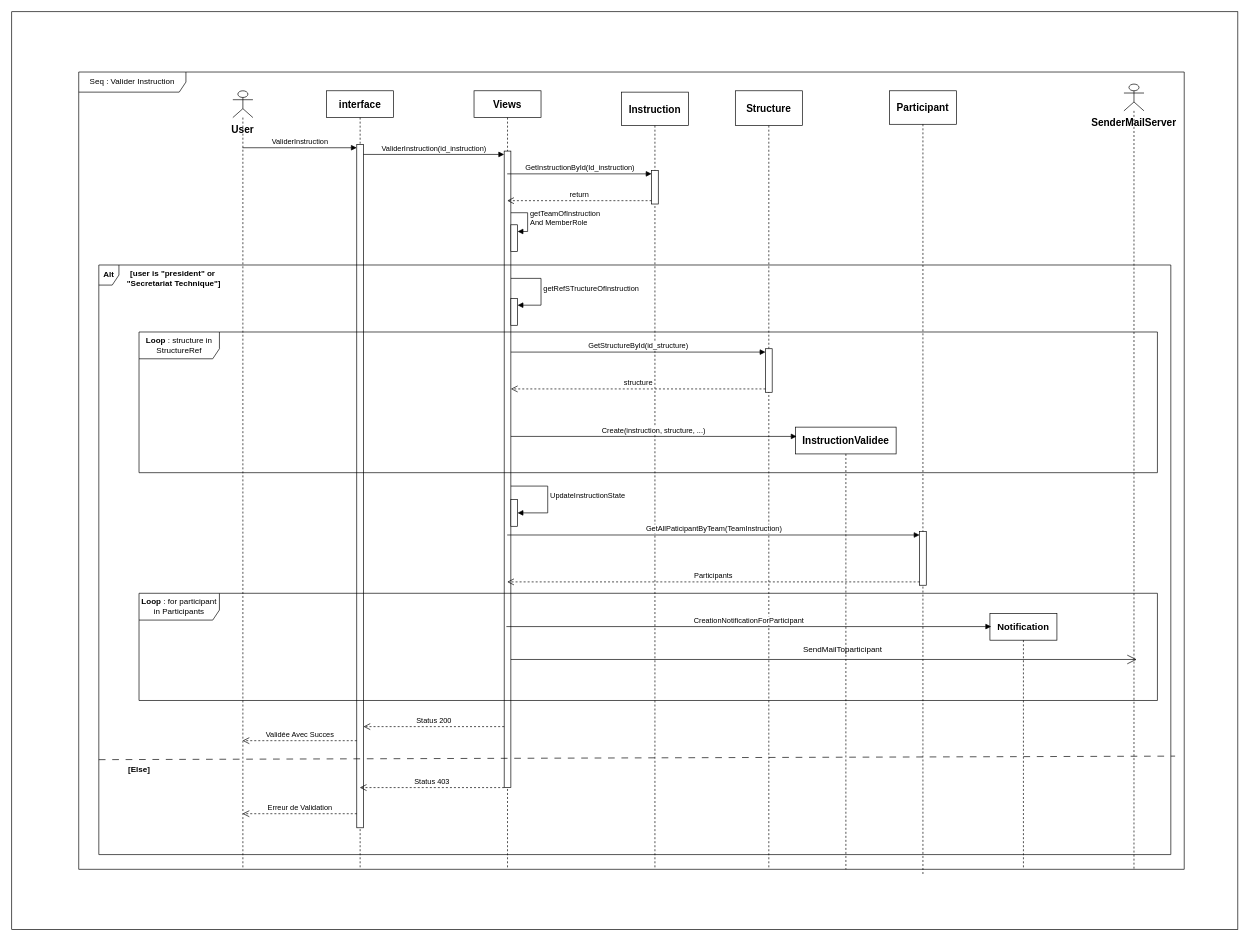
Earlier version of the draw.io diagram valider_instruction.drawio (CabrelFeukeng/pp). Source tidied: cells renumbered, new cells numbered last; positions are measured from the earlier drawing's top-left corner, leaving out a move shared by most shapes. Both pictures are drawn from the tidied source at 67%, with x=0, y=0 at pixel (11, 11).
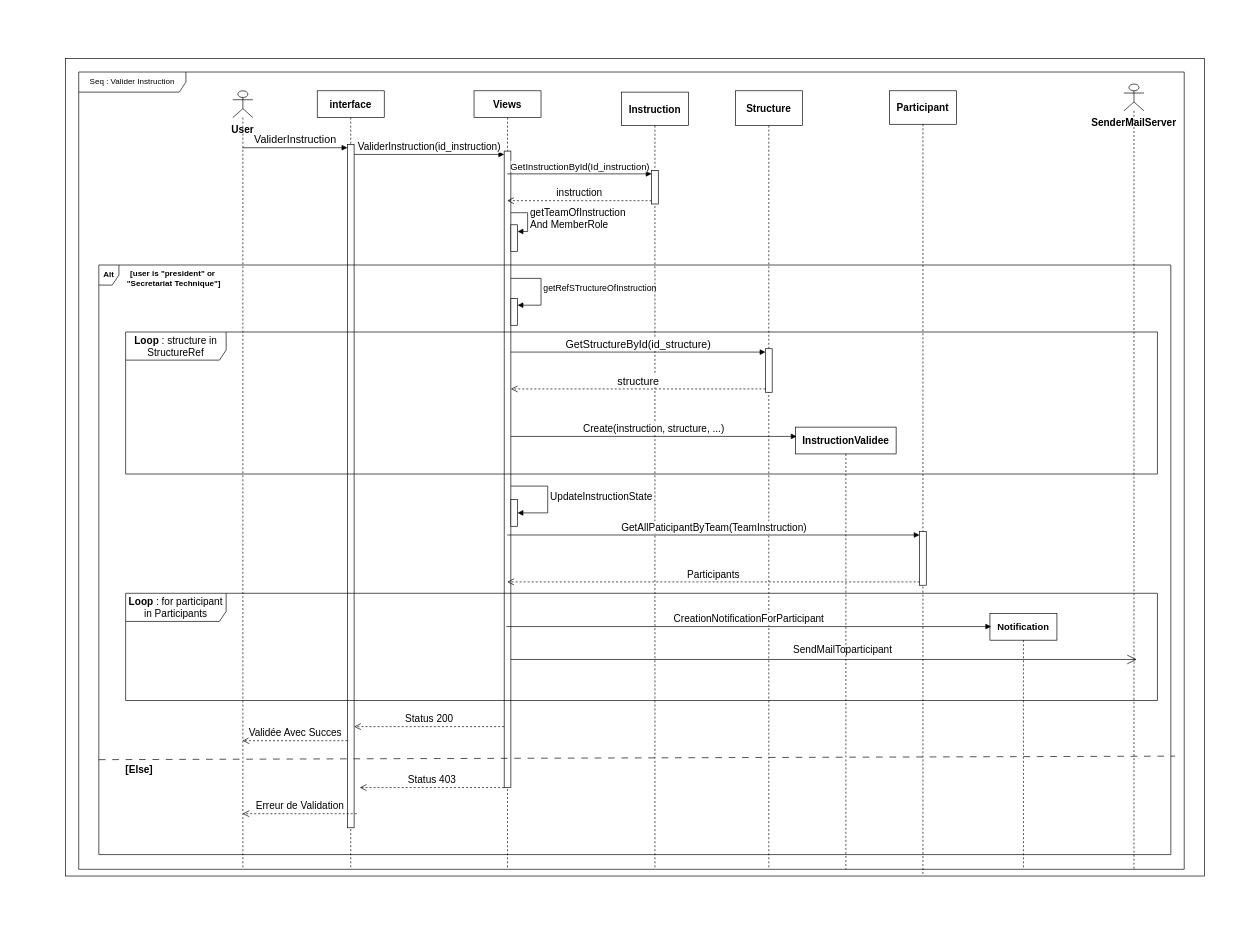
The same diagram, later.

Commit message:
Mettre à jour valider_instruction.drawio

The change refers to these unchanged cells:
```xml
<mxCell id="3" style="shape=umlLifeline;perimeter=lifelinePerimeter;whiteSpace=wrap;html=1;outlineConnect=0;portConstraint=eastwest;newEdgeStyle={&quot;curved&quot;:0,&quot;rounded&quot;:0};participant=umlActor;" parent="1" vertex="1">
  <mxGeometry x="330" y="118" width="30" height="1162" as="geometry" />
</mxCell>
<mxCell id="5" style="html=1;points=[[0,0,0,0,5],[0,1,0,0,-5],[1,0,0,0,5],[1,1,0,0,-5]];perimeter=orthogonalPerimeter;outlineConnect=0;targetShapes=umlLifeline;portConstraint=eastwest;newEdgeStyle={&quot;curved&quot;:0,&quot;rounded&quot;:0};" parent="4" vertex="1">
  <mxGeometry x="45" y="80" width="10" height="1020" as="geometry" />
</mxCell>
<mxCell id="6" value="&lt;b&gt;&lt;font style=&quot;font-size: 15px;&quot;&gt;Views&lt;/font&gt;&lt;/b&gt;" style="shape=umlLifeline;perimeter=lifelinePerimeter;whiteSpace=wrap;html=1;outlineConnect=0;portConstraint=eastwest;newEdgeStyle={&quot;curved&quot;:0,&quot;rounded&quot;:0};" parent="1" vertex="1">
  <mxGeometry x="690" y="118" width="100" height="1162" as="geometry" />
</mxCell>
<mxCell id="7" style="html=1;points=[[0,0,0,0,5],[0,1,0,0,-5],[1,0,0,0,5],[1,1,0,0,-5]];perimeter=orthogonalPerimeter;outlineConnect=0;targetShapes=umlLifeline;portConstraint=eastwest;newEdgeStyle={&quot;curved&quot;:0,&quot;rounded&quot;:0};" parent="6" vertex="1">
  <mxGeometry x="45" y="90" width="10" height="950" as="geometry" />
</mxCell>
<mxCell id="8" style="html=1;points=[[0,0,0,0,5],[0,1,0,0,-5],[1,0,0,0,5],[1,1,0,0,-5]];perimeter=orthogonalPerimeter;outlineConnect=0;targetShapes=umlLifeline;portConstraint=eastwest;newEdgeStyle={&quot;curved&quot;:0,&quot;rounded&quot;:0};" parent="6" vertex="1">
  <mxGeometry x="55" y="200" width="10" height="40" as="geometry" />
</mxCell>
<mxCell id="10" style="html=1;points=[[0,0,0,0,5],[0,1,0,0,-5],[1,0,0,0,5],[1,1,0,0,-5]];perimeter=orthogonalPerimeter;outlineConnect=0;targetShapes=umlLifeline;portConstraint=eastwest;newEdgeStyle={&quot;curved&quot;:0,&quot;rounded&quot;:0};" parent="6" vertex="1">
  <mxGeometry x="55" y="310" width="10" height="40" as="geometry" />
</mxCell>
<mxCell id="12" style="html=1;points=[[0,0,0,0,5],[0,1,0,0,-5],[1,0,0,0,5],[1,1,0,0,-5]];perimeter=orthogonalPerimeter;outlineConnect=0;targetShapes=umlLifeline;portConstraint=eastwest;newEdgeStyle={&quot;curved&quot;:0,&quot;rounded&quot;:0};" parent="6" vertex="1">
  <mxGeometry x="55" y="610" width="10" height="40" as="geometry" />
</mxCell>
<mxCell id="15" style="html=1;points=[[0,0,0,0,5],[0,1,0,0,-5],[1,0,0,0,5],[1,1,0,0,-5]];perimeter=orthogonalPerimeter;outlineConnect=0;targetShapes=umlLifeline;portConstraint=eastwest;newEdgeStyle={&quot;curved&quot;:0,&quot;rounded&quot;:0};" parent="14" vertex="1">
  <mxGeometry x="45" y="117" width="10" height="50" as="geometry" />
</mxCell>
<mxCell id="25" style="html=1;points=[[0,0,0,0,5],[0,1,0,0,-5],[1,0,0,0,5],[1,1,0,0,-5]];perimeter=orthogonalPerimeter;outlineConnect=0;targetShapes=umlLifeline;portConstraint=eastwest;newEdgeStyle={&quot;curved&quot;:0,&quot;rounded&quot;:0};" parent="24" vertex="1">
  <mxGeometry x="45" y="385" width="10" height="65" as="geometry" />
</mxCell>
<mxCell id="28" value="&lt;b&gt;&lt;font style=&quot;font-size: 15px;&quot;&gt;InstructionValidee&lt;/font&gt;&lt;/b&gt;" style="shape=umlLifeline;perimeter=lifelinePerimeter;whiteSpace=wrap;html=1;outlineConnect=0;portConstraint=eastwest;newEdgeStyle={&quot;curved&quot;:0,&quot;rounded&quot;:0};" parent="1" vertex="1">
  <mxGeometry x="1170" y="620" width="150" height="660" as="geometry" />
</mxCell>
<mxCell id="31" style="html=1;points=[[0,0,0,0,5],[0,1,0,0,-5],[1,0,0,0,5],[1,1,0,0,-5]];perimeter=orthogonalPerimeter;outlineConnect=0;targetShapes=umlLifeline;portConstraint=eastwest;newEdgeStyle={&quot;curved&quot;:0,&quot;rounded&quot;:0};" parent="30" vertex="1">
  <mxGeometry x="45" y="658" width="10" height="80" as="geometry" />
</mxCell>
```

Diff of the diagram source:
```diff
@@
     <mxCell id="2" style="rounded=0;whiteSpace=wrap;html=1;" parent="1" vertex="1">
-      <mxGeometry width="1830" height="1370" as="geometry" />
+      <mxGeometry x="80" y="70" width="1700" height="1220" as="geometry" />
     </mxCell>
@@
     <mxCell id="4" value="&lt;b&gt;&lt;font style=&quot;font-size: 15px;&quot;&gt;interface&lt;/font&gt;&lt;/b&gt;" style="shape=umlLifeline;perimeter=lifelinePerimeter;whiteSpace=wrap;html=1;newEdgeStyle={&quot;curved&quot;:0,&quot;rounded&quot;:0};" parent="1" vertex="1">
-      <mxGeometry x="470" y="118" width="100" height="1162" as="geometry" />
+      <mxGeometry x="456" y="118" width="100" height="1162" as="geometry" />
     </mxCell>
@@
-    <mxCell id="9" value="getTeamOfInstruction&lt;div&gt;And MemberRole&lt;/div&gt;" style="html=1;align=left;spacingLeft=2;endArrow=block;rounded=0;edgeStyle=orthogonalEdgeStyle;curved=0;rounded=0;" parent="6" edge="1" source="7" target="8">
+    <mxCell id="9" value="&lt;font style=&quot;font-size: 15px;&quot;&gt;getTeamOfInstruction&lt;/font&gt;&lt;div style=&quot;font-size: 15px;&quot;&gt;&lt;font style=&quot;font-size: 15px;&quot;&gt;And MemberRole&lt;/font&gt;&lt;/div&gt;" style="html=1;align=left;spacingLeft=2;endArrow=block;rounded=0;edgeStyle=orthogonalEdgeStyle;curved=0;rounded=0;" parent="6" edge="1" source="7" target="8">
       <mxGeometry x="-0.03" relative="1" as="geometry">
         <Array as="points">
           <mxPoint x="80" y="182" />
           <mxPoint x="80" y="210" />
         </Array>
       </mxGeometry>
     </mxCell>
@@
-    <mxCell id="11" value="getRefSTructureOfInstruction" style="html=1;align=left;spacingLeft=2;endArrow=block;rounded=0;edgeStyle=orthogonalEdgeStyle;curved=0;rounded=0;" parent="6" edge="1" source="7" target="10">
+    <mxCell id="11" value="&lt;font style=&quot;font-size: 13px;&quot;&gt;getRefSTructureOfInstruction&lt;/font&gt;" style="html=1;align=left;spacingLeft=2;endArrow=block;rounded=0;edgeStyle=orthogonalEdgeStyle;curved=0;rounded=0;" parent="6" edge="1" source="7" target="10">
       <mxGeometry relative="1" as="geometry">
         <Array as="points">
           <mxPoint x="100" y="280" />
           <mxPoint x="100" y="320" />
         </Array>
       </mxGeometry>
     </mxCell>
@@
-    <mxCell id="13" value="UpdateInstructionState" style="html=1;align=left;spacingLeft=2;endArrow=block;rounded=0;edgeStyle=orthogonalEdgeStyle;curved=0;rounded=0;" parent="6" edge="1" source="7" target="12">
+    <mxCell id="13" value="&lt;font style=&quot;font-size: 15px;&quot;&gt;UpdateInstructionState&lt;/font&gt;" style="html=1;align=left;spacingLeft=2;endArrow=block;rounded=0;edgeStyle=orthogonalEdgeStyle;curved=0;rounded=0;" parent="6" edge="1" source="7" target="12">
       <mxGeometry relative="1" as="geometry">
         <Array as="points">
           <mxPoint x="110" y="590" />
           <mxPoint x="110" y="630" />
         </Array>
       </mxGeometry>
     </mxCell>
@@
-    <mxCell id="16" value="ValiderInstruction" style="html=1;verticalAlign=bottom;endArrow=block;curved=0;rounded=0;entryX=0;entryY=0;entryDx=0;entryDy=5;" parent="1" edge="1" source="3" target="5">
+    <mxCell id="16" value="&lt;font style=&quot;font-size: 16px;&quot;&gt;ValiderInstruction&lt;/font&gt;" style="html=1;verticalAlign=bottom;endArrow=block;curved=0;rounded=0;entryX=0;entryY=0;entryDx=0;entryDy=5;" parent="1" edge="1" source="3" target="5">
       <mxGeometry relative="1" as="geometry" />
     </mxCell>
-    <mxCell id="17" value="Erreur de Validation" style="html=1;verticalAlign=bottom;endArrow=open;dashed=1;endSize=8;curved=0;rounded=0;exitX=0;exitY=1;exitDx=0;exitDy=-5;" parent="1" edge="1">
+    <mxCell id="17" value="&lt;font style=&quot;font-size: 15px;&quot;&gt;Erreur de Validation&lt;/font&gt;" style="html=1;verticalAlign=bottom;endArrow=open;dashed=1;endSize=8;curved=0;rounded=0;exitX=0;exitY=1;exitDx=0;exitDy=-5;" parent="1" edge="1">
       <mxGeometry relative="1" as="geometry">
         <mxPoint x="515" y="1197" as="sourcePoint" />
         <mxPoint x="344.5" y="1197" as="targetPoint" />
       </mxGeometry>
     </mxCell>
-    <mxCell id="18" value="ValiderInstruction(id_instruction)" style="html=1;verticalAlign=bottom;endArrow=block;curved=0;rounded=0;entryX=0;entryY=0;entryDx=0;entryDy=5;" parent="1" edge="1" source="5" target="7">
+    <mxCell id="18" value="&lt;font style=&quot;font-size: 15px;&quot;&gt;ValiderInstruction(id_instruction)&lt;/font&gt;" style="html=1;verticalAlign=bottom;endArrow=block;curved=0;rounded=0;entryX=0;entryY=0;entryDx=0;entryDy=5;" parent="1" edge="1" source="5" target="7">
       <mxGeometry relative="1" as="geometry" />
     </mxCell>
-    <mxCell id="19" value="Status 403" style="html=1;verticalAlign=bottom;endArrow=open;dashed=1;endSize=8;curved=0;rounded=0;exitX=0;exitY=1;exitDx=0;exitDy=-5;" parent="1" edge="1">
+    <mxCell id="19" value="&lt;font style=&quot;font-size: 15px;&quot;&gt;Status 403&lt;/font&gt;" style="html=1;verticalAlign=bottom;endArrow=open;dashed=1;endSize=8;curved=0;rounded=0;exitX=0;exitY=1;exitDx=0;exitDy=-5;" parent="1" edge="1">
       <mxGeometry relative="1" as="geometry">
         <mxPoint x="735" y="1158" as="sourcePoint" />
         <mxPoint x="519.5" y="1158" as="targetPoint" />
       </mxGeometry>
     </mxCell>
-    <mxCell id="20" value="GetInstructionById(Id_instruction)" style="html=1;verticalAlign=bottom;endArrow=block;curved=0;rounded=0;entryX=0;entryY=0;entryDx=0;entryDy=5;" parent="1" edge="1" source="6" target="15">
+    <mxCell id="20" value="&lt;font style=&quot;font-size: 14px;&quot;&gt;GetInstructionById(Id_instruction)&lt;/font&gt;" style="html=1;verticalAlign=bottom;endArrow=block;curved=0;rounded=0;entryX=0;entryY=0;entryDx=0;entryDy=5;" parent="1" edge="1" source="6" target="15">
       <mxGeometry relative="1" as="geometry" />
     </mxCell>
-    <mxCell id="21" value="return" style="html=1;verticalAlign=bottom;endArrow=open;dashed=1;endSize=8;curved=0;rounded=0;exitX=0;exitY=1;exitDx=0;exitDy=-5;" parent="1" edge="1" source="15" target="6">
+    <mxCell id="21" value="&lt;font style=&quot;font-size: 15px;&quot;&gt;instruction&lt;/font&gt;" style="html=1;verticalAlign=bottom;endArrow=open;dashed=1;endSize=8;curved=0;rounded=0;exitX=0;exitY=1;exitDx=0;exitDy=-5;" parent="1" edge="1" source="15" target="6">
       <mxGeometry relative="1" as="geometry" />
     </mxCell>
@@
-    <mxCell id="23" value="&lt;b&gt;Loop &lt;/b&gt;: structure in StructureRef" style="shape=umlFrame;whiteSpace=wrap;html=1;width=120;height=40;" parent="1" vertex="1">
-      <mxGeometry x="190" y="478" width="1520" height="210" as="geometry" />
+    <mxCell id="23" value="&lt;font style=&quot;font-size: 15px;&quot;&gt;&lt;b&gt;Loop &lt;/b&gt;: structure in StructureRef&lt;/font&gt;" style="shape=umlFrame;whiteSpace=wrap;html=1;width=150;height=42;" parent="1" vertex="1">
+      <mxGeometry x="170" y="478" width="1540" height="212" as="geometry" />
     </mxCell>
@@
-    <mxCell id="26" value="GetStructureById(id_structure)" style="html=1;verticalAlign=bottom;endArrow=block;curved=0;rounded=0;entryX=0;entryY=0;entryDx=0;entryDy=5;" parent="1" edge="1" source="7" target="25">
+    <mxCell id="26" value="&lt;font style=&quot;font-size: 16px;&quot;&gt;GetStructureById(id_structure)&lt;/font&gt;" style="html=1;verticalAlign=bottom;endArrow=block;curved=0;rounded=0;entryX=0;entryY=0;entryDx=0;entryDy=5;" parent="1" edge="1" source="7" target="25">
       <mxGeometry relative="1" as="geometry" />
     </mxCell>
-    <mxCell id="27" value="structure" style="html=1;verticalAlign=bottom;endArrow=open;dashed=1;endSize=8;curved=0;rounded=0;exitX=0;exitY=1;exitDx=0;exitDy=-5;" parent="1" edge="1" source="25" target="7">
+    <mxCell id="27" value="&lt;font style=&quot;font-size: 16px;&quot;&gt;structure&lt;/font&gt;" style="html=1;verticalAlign=bottom;endArrow=open;dashed=1;endSize=8;curved=0;rounded=0;exitX=0;exitY=1;exitDx=0;exitDy=-5;" parent="1" edge="1" source="25" target="7">
       <mxGeometry relative="1" as="geometry" />
     </mxCell>
@@
-    <mxCell id="29" value="Create(instruction, structure, ...)" style="html=1;verticalAlign=bottom;endArrow=block;curved=0;rounded=0;entryX=0.01;entryY=0.021;entryDx=0;entryDy=0;entryPerimeter=0;" parent="1" edge="1" source="7" target="28">
+    <mxCell id="29" value="&lt;font style=&quot;font-size: 15px;&quot;&gt;Create(instruction, structure, ...)&lt;/font&gt;" style="html=1;verticalAlign=bottom;endArrow=block;curved=0;rounded=0;entryX=0.01;entryY=0.021;entryDx=0;entryDy=0;entryPerimeter=0;" parent="1" edge="1" source="7" target="28">
       <mxGeometry relative="1" as="geometry" />
     </mxCell>
@@
-    <mxCell id="32" value="GetAllPaticipantByTeam(TeamInstruction)" style="html=1;verticalAlign=bottom;endArrow=block;curved=0;rounded=0;entryX=0;entryY=0;entryDx=0;entryDy=5;" parent="1" edge="1" source="6" target="31">
+    <mxCell id="32" value="&lt;font style=&quot;font-size: 15px;&quot;&gt;GetAllPaticipantByTeam(TeamInstruction)&lt;/font&gt;" style="html=1;verticalAlign=bottom;endArrow=block;curved=0;rounded=0;entryX=0;entryY=0;entryDx=0;entryDy=5;" parent="1" edge="1" source="6" target="31">
       <mxGeometry relative="1" as="geometry" />
     </mxCell>
-    <mxCell id="33" value="Participants" style="html=1;verticalAlign=bottom;endArrow=open;dashed=1;endSize=8;curved=0;rounded=0;exitX=0;exitY=1;exitDx=0;exitDy=-5;" parent="1" edge="1" source="31" target="6">
+    <mxCell id="33" value="&lt;font style=&quot;font-size: 15px;&quot;&gt;Participants&lt;/font&gt;" style="html=1;verticalAlign=bottom;endArrow=open;dashed=1;endSize=8;curved=0;rounded=0;exitX=0;exitY=1;exitDx=0;exitDy=-5;" parent="1" edge="1" source="31" target="6">
       <mxGeometry relative="1" as="geometry" />
     </mxCell>
@@
-    <mxCell id="35" value="CreationNotificationForParticipant" style="html=1;verticalAlign=bottom;endArrow=block;curved=0;rounded=0;entryX=0.019;entryY=0.065;entryDx=0;entryDy=0;entryPerimeter=0;" parent="1" edge="1">
+    <mxCell id="35" value="&lt;font style=&quot;font-size: 15px;&quot;&gt;CreationNotificationForParticipant&lt;/font&gt;" style="html=1;verticalAlign=bottom;endArrow=block;curved=0;rounded=0;entryX=0.019;entryY=0.065;entryDx=0;entryDy=0;entryPerimeter=0;" parent="1" edge="1">
       <mxGeometry relative="1" as="geometry">
         <mxPoint x="738.3" y="917.7" as="sourcePoint" />
         <mxPoint x="1461.9" y="917.7" as="targetPoint" />
       </mxGeometry>
     </mxCell>
-    <mxCell id="36" value="&lt;b&gt;Loop &lt;/b&gt;: for participant in Participants" style="shape=umlFrame;whiteSpace=wrap;html=1;width=120;height=40;" parent="1" vertex="1">
-      <mxGeometry x="190" y="868" width="1520" height="160" as="geometry" />
+    <mxCell id="36" value="&lt;font style=&quot;font-size: 15px;&quot;&gt;&lt;b&gt;Loop &lt;/b&gt;: for participant in Participants&lt;/font&gt;" style="shape=umlFrame;whiteSpace=wrap;html=1;width=150;height=42;" parent="1" vertex="1">
+      <mxGeometry x="170" y="868" width="1540" height="160" as="geometry" />
     </mxCell>
@@
-    <mxCell id="39" value="SendMailToparticipant" style="text;html=1;align=center;verticalAlign=middle;strokeColor=none;fillColor=none;" parent="1" vertex="1">
-      <mxGeometry x="1170" y="937" width="140" height="30" as="geometry" />
+    <mxCell id="39" value="&lt;font style=&quot;font-size: 15px;&quot;&gt;SendMailToparticipant&lt;/font&gt;" style="text;html=1;align=center;verticalAlign=middle;strokeColor=none;fillColor=none;" parent="1" vertex="1">
+      <mxGeometry x="1155" y="937" width="170" height="30" as="geometry" />
     </mxCell>
-    <mxCell id="40" value="Status 200" style="html=1;verticalAlign=bottom;endArrow=open;dashed=1;endSize=8;curved=0;rounded=0;" parent="1" edge="1" source="7" target="5">
+    <mxCell id="40" value="&lt;font style=&quot;font-size: 15px;&quot;&gt;Status 200&lt;/font&gt;" style="html=1;verticalAlign=bottom;endArrow=open;dashed=1;endSize=8;curved=0;rounded=0;" parent="1" edge="1" source="7" target="5">
       <mxGeometry relative="1" as="geometry">
         <Array as="points">
           <mxPoint x="640" y="1067" />
         </Array>
       </mxGeometry>
     </mxCell>
-    <mxCell id="41" value="Validée Avec Succes" style="html=1;verticalAlign=bottom;endArrow=open;dashed=1;endSize=8;curved=0;rounded=0;" parent="1" edge="1" source="5" target="3">
+    <mxCell id="41" value="&lt;font style=&quot;font-size: 15px;&quot;&gt;Validée Avec Succes&lt;/font&gt;" style="html=1;verticalAlign=bottom;endArrow=open;dashed=1;endSize=8;curved=0;rounded=0;" parent="1" edge="1" source="5" target="3">
       <mxGeometry relative="1" as="geometry">
         <Array as="points">
           <mxPoint x="450" y="1088" />
         </Array>
       </mxGeometry>
     </mxCell>
@@
-    <mxCell id="44" value="[Else]" style="text;align=center;fontStyle=1;verticalAlign=middle;spacingLeft=3;spacingRight=3;strokeColor=none;html=1;" parent="1" vertex="1">
+    <mxCell id="44" value="&lt;font style=&quot;font-size: 15px;&quot;&gt;[Else]&lt;/font&gt;" style="text;align=center;fontStyle=1;verticalAlign=middle;spacingLeft=3;spacingRight=3;strokeColor=none;html=1;" parent="1" vertex="1">
       <mxGeometry x="150" y="1118" width="80" height="26" as="geometry" />
     </mxCell>
```
